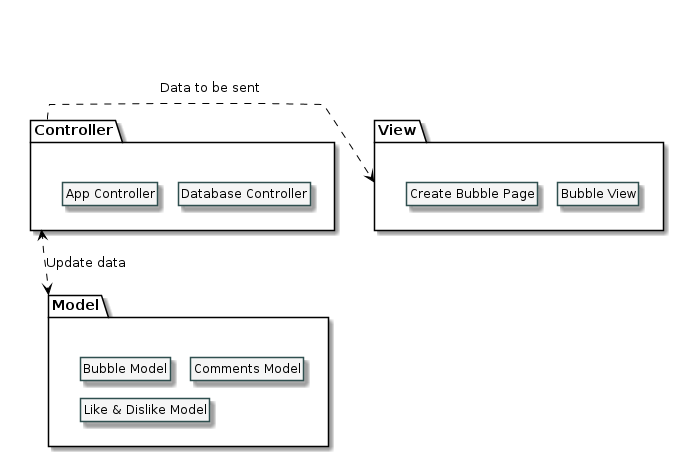
Earlier version of the PlantUML export Docs/logicalArchitecture.png (up201806330/Retrospective-Wall).
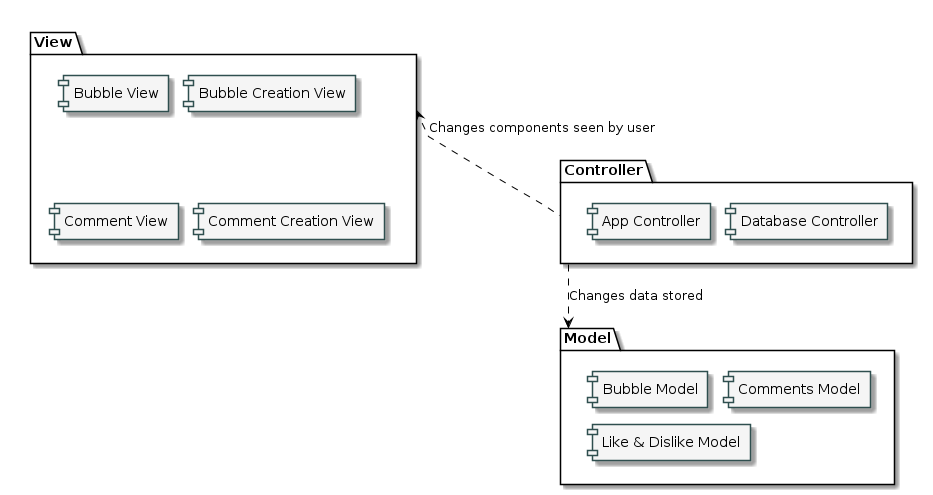
The same file after the commit.

The edit, as a diff of the source:
```diff
@@ -2,28 +2,32 @@
 skinparam linetype polyline
 skinparam ranksep 10
 skinparam nodesep 20
-skinparam classBackgroundColor WhiteSmoke
-skinparam classBorderColor DarkSlateGrey
+skinparam componentBackgroundColor WhiteSmoke
+skinparam componentBorderColor DarkSlateGrey
+skinparam componentFontColor Black
 skinparam ArrowColor Black
 hide members
 hide circles
 
 package Controller{
-    class "Database Controller"
-    class "App Controller"
+    component "Database Controller"
+    component "App Controller"
 }
 package Model{
-    class "Bubble Model"
-    class "Comments Model"
-    class "Like & Dislike Model"
+    component "Bubble Model"
+    component "Comments Model"
+    component "Like & Dislike Model"
 }
 package View{
-    class "Bubble View"
-    class "Create Bubble Page"
+    component "Bubble View"
+    component "Bubble Creation View"
+    component "Comment View"
+    component "Comment Creation View"
 }
 
+View -[hidden]->Controller
 Controller -[hidden]->Model
-Model <.up.> Controller : Update data
-Controller .right.> View : Data to be sent
+Model <.. Controller : Changes data stored
+Controller .left.> View : Changes components seen by user
 
 @enduml
```
